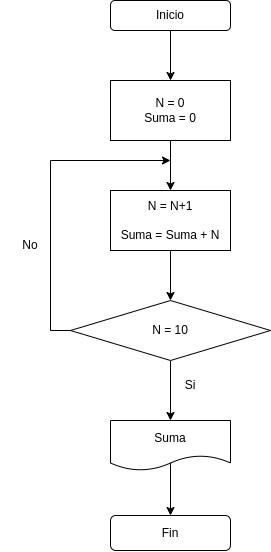
This is Unidad-1/img/Diagrama-flujo-Ej3.drawio.png from PeterMartEsc/PRO, a draw.io export, as it was before one commit. Source tidied: cells renumbered, new cells last; positions are measured from the earlier drawing's top-left corner, leaving out a move shared by most shapes.
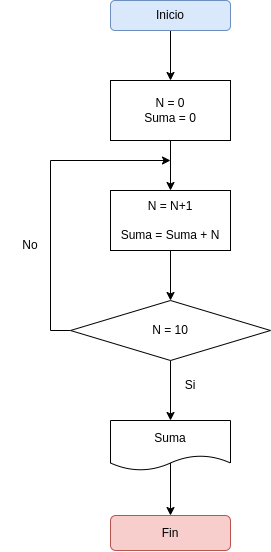
Above is the later version.

What changed in the source:
```diff
@@ -5,7 +5,7 @@
     <mxCell id="2" style="edgeStyle=orthogonalEdgeStyle;rounded=0;jettySize=auto;html=1;exitX=0.5;exitY=1;exitDx=0;exitDy=0;entryX=0.5;entryY=0;entryDx=0;entryDy=0;" parent="1" edge="1" source="3" target="5">
       <mxGeometry relative="1" as="geometry" />
     </mxCell>
-    <mxCell id="3" value="Inicio" style="rounded=1;whiteSpace=wrap;html=1;" parent="1" vertex="1">
+    <mxCell id="3" value="Inicio" style="rounded=1;whiteSpace=wrap;html=1;fillColor=#dae8fc;strokeColor=#6c8ebf;" parent="1" vertex="1">
       <mxGeometry x="110" width="120" height="30" as="geometry" />
     </mxCell>
     <mxCell id="4" style="edgeStyle=orthogonalEdgeStyle;rounded=0;jettySize=auto;html=1;exitX=0.5;exitY=1;exitDx=0;exitDy=0;entryX=0.5;entryY=0;entryDx=0;entryDy=0;" parent="1" edge="1" source="5" target="7">
@@ -51,7 +51,7 @@
     <mxCell id="14" value="Suma" style="shape=document;whiteSpace=wrap;html=1;boundedLbl=1;" parent="1" vertex="1">
       <mxGeometry x="110" y="420" width="120" height="50" as="geometry" />
     </mxCell>
-    <mxCell id="15" value="Fin" style="rounded=1;whiteSpace=wrap;html=1;" parent="1" vertex="1">
+    <mxCell id="15" value="Fin" style="rounded=1;whiteSpace=wrap;html=1;fillColor=#f8cecc;strokeColor=#b85450;" parent="1" vertex="1">
       <mxGeometry x="110" y="515" width="120" height="35" as="geometry" />
     </mxCell>
   </root>
```
